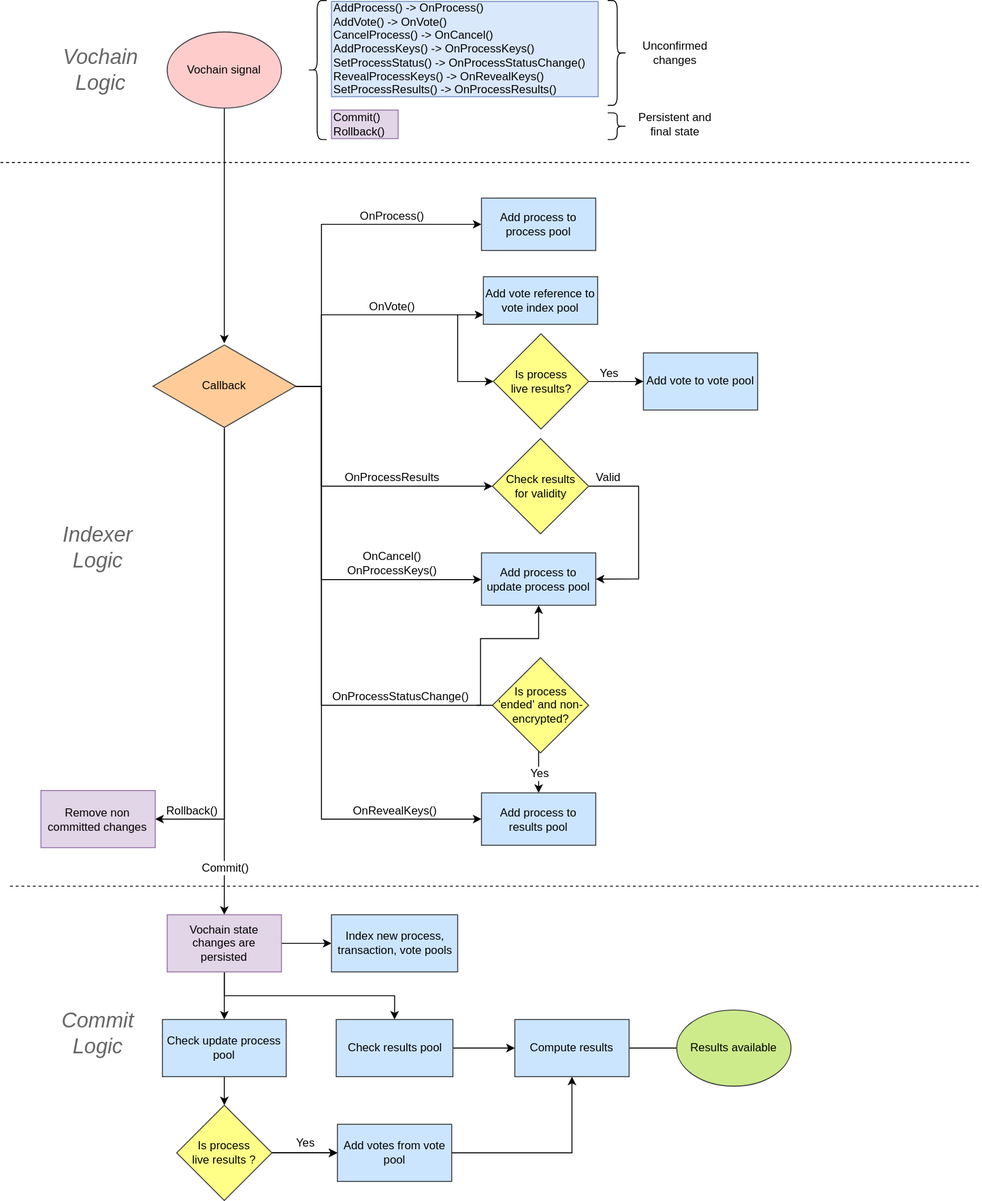
Above: docs/indexer-flow.svg in vocdoni/design (draw.io), before the change. Source tidied: cells renumbered, new cells last; positions are measured from the earlier drawing's top-left corner, leaving out a move shared by most shapes.
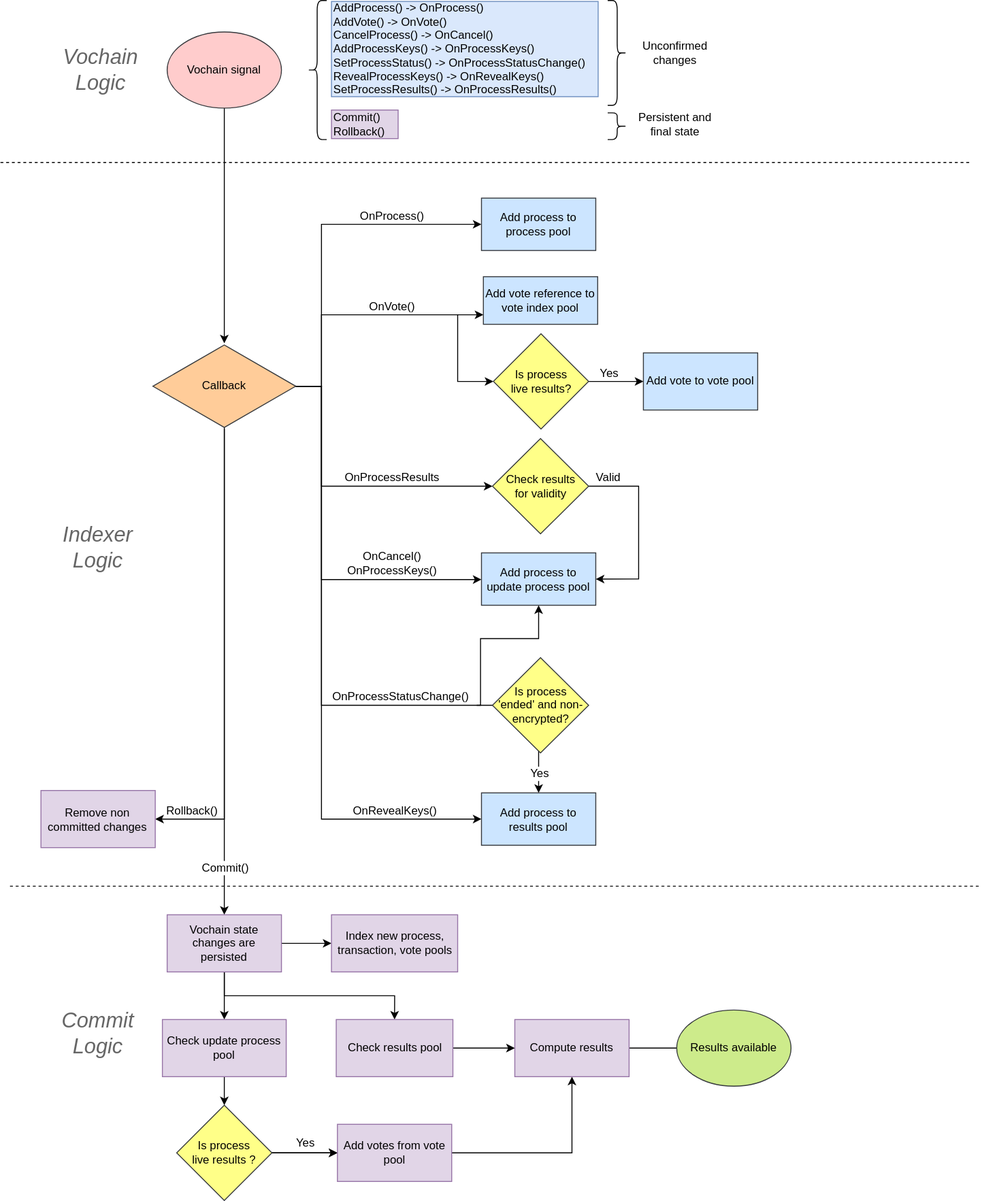
After the change.

Change to the diagram source:
```diff
@@ -159,10 +159,10 @@
     <mxCell id="36" style="edgeStyle=orthogonalEdgeStyle;rounded=0;jettySize=auto;html=1;endArrow=none;endFill=0;" parent="1" edge="1" source="37" target="40">
       <mxGeometry relative="1" as="geometry" />
     </mxCell>
-    <mxCell id="37" value="Compute results" style="whiteSpace=wrap;html=1;fillColor=#cce5ff;strokeColor=#36393d;" parent="1" vertex="1">
+    <mxCell id="37" value="Compute results" style="whiteSpace=wrap;html=1;fillColor=#e1d5e7;strokeColor=#9673a6;" parent="1" vertex="1">
       <mxGeometry x="540" y="1070" width="120" height="60" as="geometry" />
     </mxCell>
-    <mxCell id="38" value="Add votes from vote pool" style="whiteSpace=wrap;html=1;fillColor=#cce5ff;strokeColor=#36393d;" parent="1" vertex="1">
+    <mxCell id="38" value="Add votes from vote pool" style="whiteSpace=wrap;html=1;fillColor=#e1d5e7;strokeColor=#9673a6;" parent="1" vertex="1">
       <mxGeometry x="353.8" y="1180" width="120" height="60" as="geometry" />
     </mxCell>
     <mxCell id="39" style="edgeStyle=orthogonalEdgeStyle;rounded=0;jettySize=auto;html=1;endArrow=classic;endFill=1;" parent="1" edge="1" source="35" target="38">
@@ -270,7 +270,7 @@
     <mxCell id="59" style="edgeStyle=orthogonalEdgeStyle;rounded=0;jettySize=auto;html=1;entryX=0.5;entryY=0;entryDx=0;entryDy=0;fontSize=12;fontColor=#000000;" parent="1" edge="1" source="60" target="35">
       <mxGeometry relative="1" as="geometry" />
     </mxCell>
-    <mxCell id="60" value="Check update process pool" style="whiteSpace=wrap;html=1;fillColor=#cce5ff;strokeColor=#36393d;" parent="1" vertex="1">
+    <mxCell id="60" value="Check update process pool" style="whiteSpace=wrap;html=1;fillColor=#e1d5e7;strokeColor=#9673a6;" parent="1" vertex="1">
       <mxGeometry x="170" y="1070" width="130" height="60" as="geometry" />
     </mxCell>
     <mxCell id="61" value="Yes" style="text;html=1;align=center;verticalAlign=middle;" parent="1" vertex="1">
@@ -279,7 +279,7 @@
     <mxCell id="62" style="edgeStyle=orthogonalEdgeStyle;rounded=0;jettySize=auto;html=1;fontSize=12;fontColor=#000000;" parent="1" edge="1" source="63" target="37">
       <mxGeometry relative="1" as="geometry" />
     </mxCell>
-    <mxCell id="63" value="&lt;div&gt;Check results pool&lt;br&gt;&lt;/div&gt;" style="whiteSpace=wrap;html=1;fillColor=#cce5ff;strokeColor=#36393d;" parent="1" vertex="1">
+    <mxCell id="63" value="&lt;div&gt;Check results pool&lt;br&gt;&lt;/div&gt;" style="whiteSpace=wrap;html=1;fillColor=#e1d5e7;strokeColor=#9673a6;" parent="1" vertex="1">
       <mxGeometry x="352.5" y="1070" width="122.5" height="60" as="geometry" />
     </mxCell>
     <mxCell id="64" style="endArrow=none;dashed=1;html=1;" parent="1" edge="1">
@@ -288,7 +288,7 @@
         <mxPoint x="1028" y="930" as="targetPoint" />
       </mxGeometry>
     </mxCell>
-    <mxCell id="65" value="&lt;div&gt;Index new process, transaction, vote pools&lt;br&gt;&lt;/div&gt;" style="whiteSpace=wrap;html=1;fillColor=#cce5ff;strokeColor=#36393d;" parent="1" vertex="1">
+    <mxCell id="65" value="&lt;div&gt;Index new process, transaction, vote pools&lt;br&gt;&lt;/div&gt;" style="whiteSpace=wrap;html=1;fillColor=#e1d5e7;strokeColor=#9673a6;" parent="1" vertex="1">
       <mxGeometry x="347.5" y="960" width="132.5" height="60" as="geometry" />
     </mxCell>
     <mxCell id="66" value="Commit Logic" style="text;html=1;strokeColor=none;fillColor=none;align=center;verticalAlign=middle;whiteSpace=wrap;rounded=0;fontSize=22;fontStyle=2;fontColor=#666666;" parent="1" vertex="1">
```
